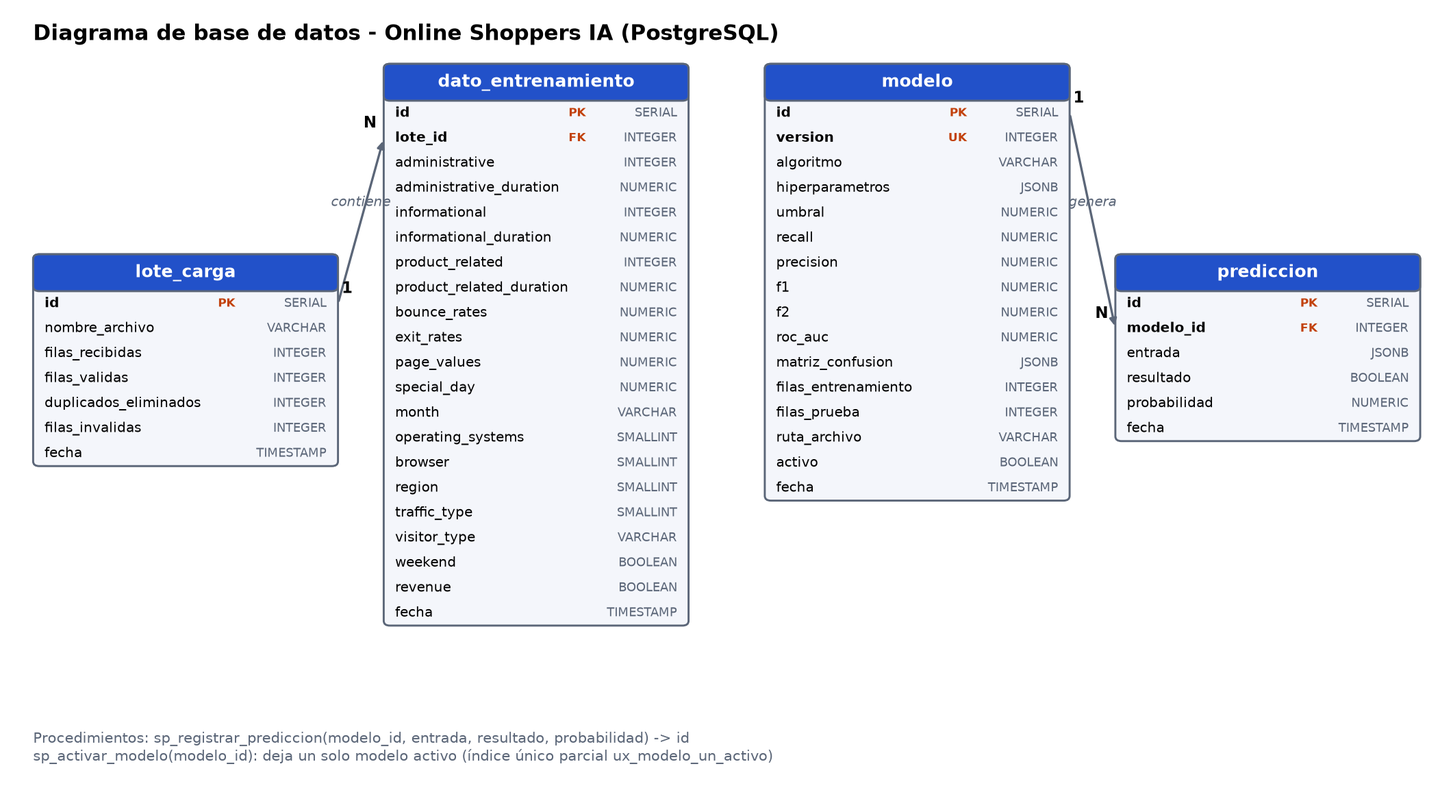
limbertz-dev/online-shoppers-ia keeps this Mermaid diagram as db/diagrama_bd.png. Above is the earlier version. Its source is kept beside it as db/diagrama_bd.mmd.
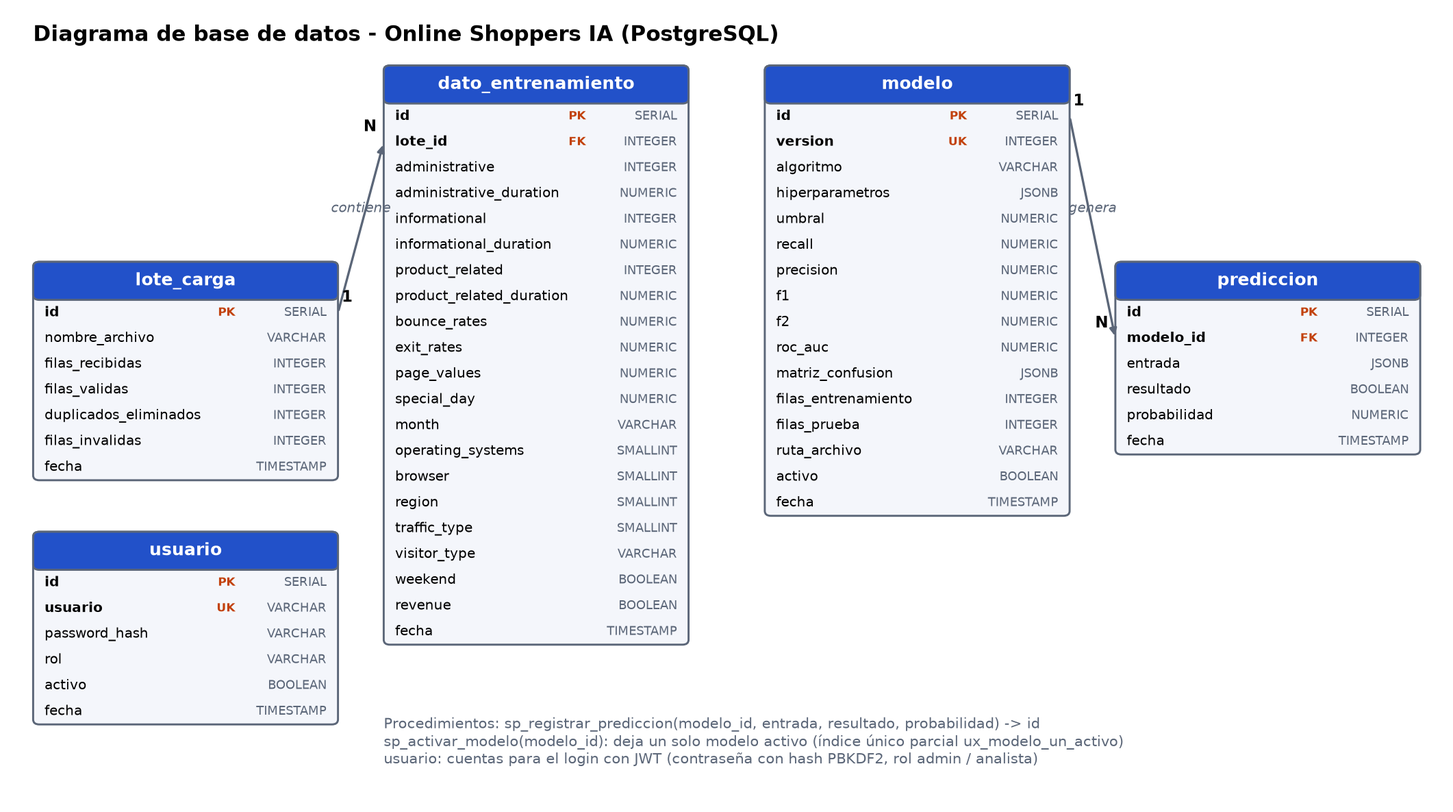
After the commit.

Change to the diagram source:
```diff
@@ -60,3 +60,11 @@
         NUMERIC probabilidad
         TIMESTAMP fecha
     }
+    usuario {
+        SERIAL id PK
+        VARCHAR usuario UK
+        VARCHAR password_hash
+        VARCHAR rol
+        BOOLEAN activo
+        TIMESTAMP fecha
+    }
```
